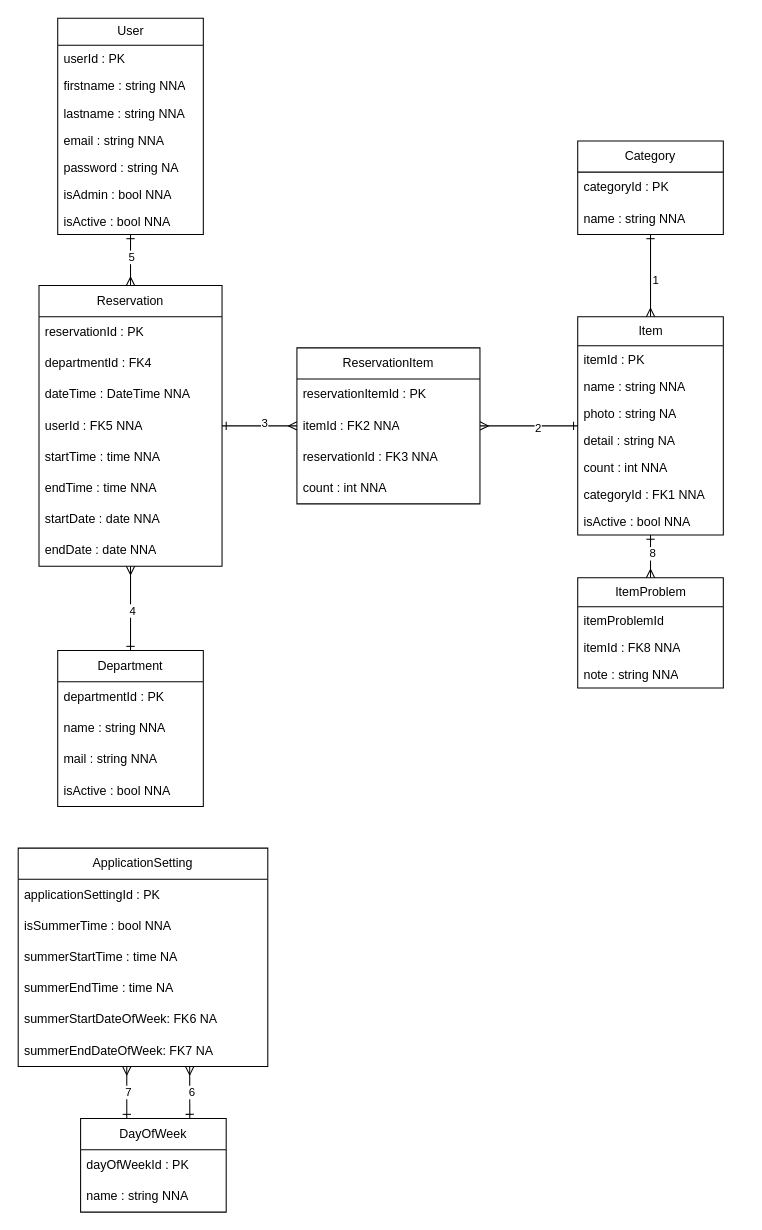
Before: documents/files/ERD.drawio in Thomas-More-Digital-Innovation/2627-waai-006-Asset-Tracking-Tool, a draw.io diagram. Source tidied: cells renumbered, new cells numbered last; positions are measured from the earlier drawing's top-left corner, leaving out a move shared by most shapes. Both pictures are drawn from the tidied source at 104%, with x=0, y=0 at pixel (18, 18).
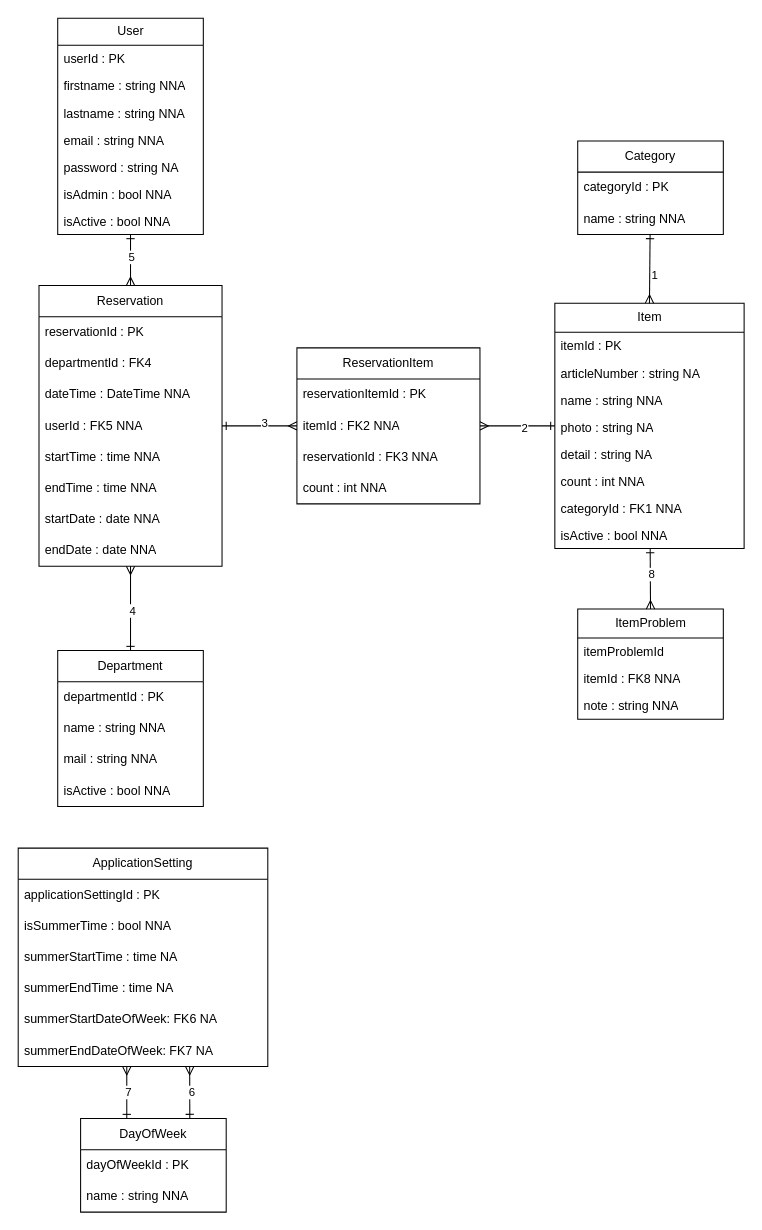
Above is the later version.

Change to the diagram source:
```diff
@@
     <mxCell id="19" value="Item" style="swimlane;fontStyle=0;horizontal=1;startSize=28;fillColor=none;html=1;" parent="1" vertex="1">
-      <mxGeometry x="538" y="287" width="140" height="210" as="geometry" />
+      <mxGeometry x="516" y="274" width="182" height="236" as="geometry" />
     </mxCell>
     <mxCell id="20" value="itemId : PK" style="text;strokeColor=none;fillColor=none;align=left;verticalAlign=top;spacingLeft=4;spacingRight=4;overflow=hidden;whiteSpace=wrap;html=1;" parent="19" vertex="1">
-      <mxGeometry y="28" width="140" height="26" as="geometry" />
+      <mxGeometry y="28" width="182" height="26" as="geometry" />
     </mxCell>
+    <mxCell id="70" value="articleNumber : string NA" style="text;strokeColor=none;fillColor=none;align=left;verticalAlign=top;spacingLeft=4;spacingRight=4;overflow=hidden;whiteSpace=wrap;html=1;" parent="19" vertex="1">
+      <mxGeometry y="54" width="182" height="26" as="geometry" />
+    </mxCell>
     <mxCell id="21" value="name : string NNA" style="text;strokeColor=none;fillColor=none;align=left;verticalAlign=top;spacingLeft=4;spacingRight=4;overflow=hidden;whiteSpace=wrap;html=1;" parent="19" vertex="1">
-      <mxGeometry y="54" width="140" height="26" as="geometry" />
+      <mxGeometry y="80" width="182" height="26" as="geometry" />
     </mxCell>
     <mxCell id="22" value="photo : string NA" style="text;strokeColor=none;fillColor=none;align=left;verticalAlign=top;spacingLeft=4;spacingRight=4;overflow=hidden;whiteSpace=wrap;html=1;" parent="19" vertex="1">
-      <mxGeometry y="80" width="140" height="26" as="geometry" />
+      <mxGeometry y="106" width="182" height="26" as="geometry" />
     </mxCell>
     <mxCell id="23" value="detail : string NA" style="text;strokeColor=none;fillColor=none;align=left;verticalAlign=top;spacingLeft=4;spacingRight=4;overflow=hidden;whiteSpace=wrap;html=1;" parent="19" vertex="1">
-      <mxGeometry y="106" width="140" height="26" as="geometry" />
+      <mxGeometry y="132" width="182" height="26" as="geometry" />
     </mxCell>
     <mxCell id="24" value="count : int NNA" style="text;strokeColor=none;fillColor=none;align=left;verticalAlign=top;spacingLeft=4;spacingRight=4;overflow=hidden;whiteSpace=wrap;html=1;" parent="19" vertex="1">
-      <mxGeometry y="132" width="140" height="26" as="geometry" />
+      <mxGeometry y="158" width="182" height="26" as="geometry" />
     </mxCell>
     <mxCell id="25" value="categoryId : FK1 NNA" style="text;strokeColor=none;fillColor=none;align=left;verticalAlign=top;spacingLeft=4;spacingRight=4;overflow=hidden;whiteSpace=wrap;html=1;" parent="19" vertex="1">
-      <mxGeometry y="158" width="140" height="26" as="geometry" />
+      <mxGeometry y="184" width="182" height="26" as="geometry" />
     </mxCell>
     <mxCell id="26" value="isActive : bool NNA" style="text;strokeColor=none;fillColor=none;align=left;verticalAlign=top;spacingLeft=4;spacingRight=4;overflow=hidden;whiteSpace=wrap;html=1;" parent="19" vertex="1">
-      <mxGeometry y="184" width="140" height="26" as="geometry" />
+      <mxGeometry y="210" width="182" height="26" as="geometry" />
     </mxCell>
@@
     <mxCell id="66" value="ItemProblem" style="swimlane;fontStyle=0;horizontal=1;startSize=28;fillColor=none;html=1;" parent="1" vertex="1">
-      <mxGeometry x="538" y="538" width="140" height="106" as="geometry" />
+      <mxGeometry x="538" y="568" width="140" height="106" as="geometry" />
     </mxCell>
```
